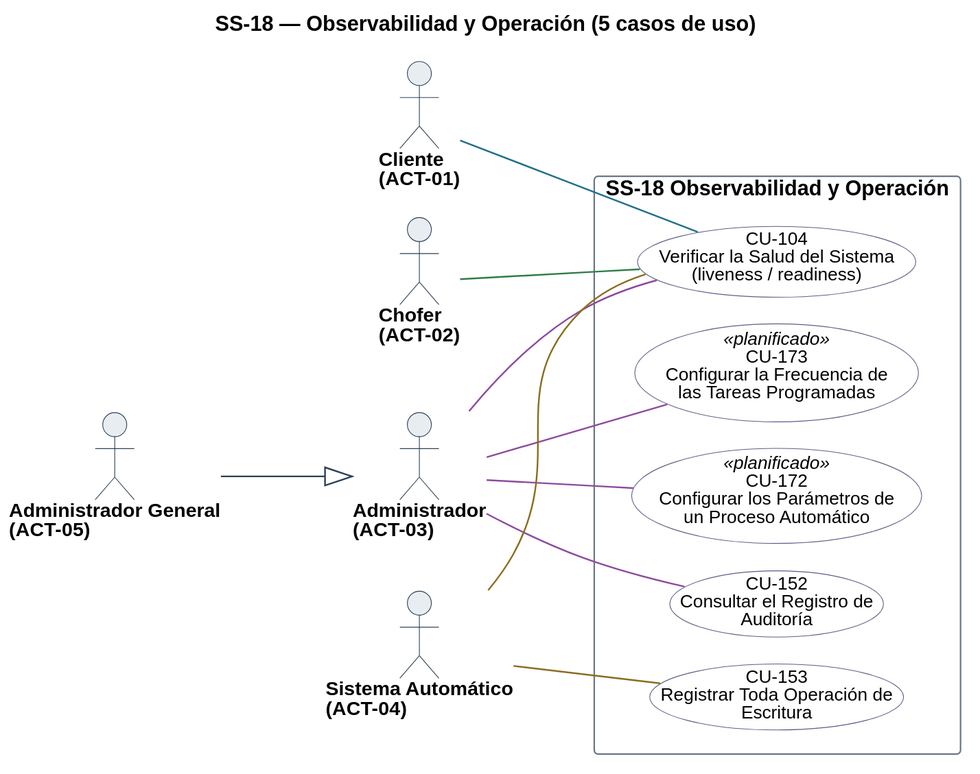
This is diagramas/uml/CU_SS-18_Observabilidad-Y-Operacion.svg from Nahuelito-Dev/splg-docs, a PlantUML export, as it was before one commit.
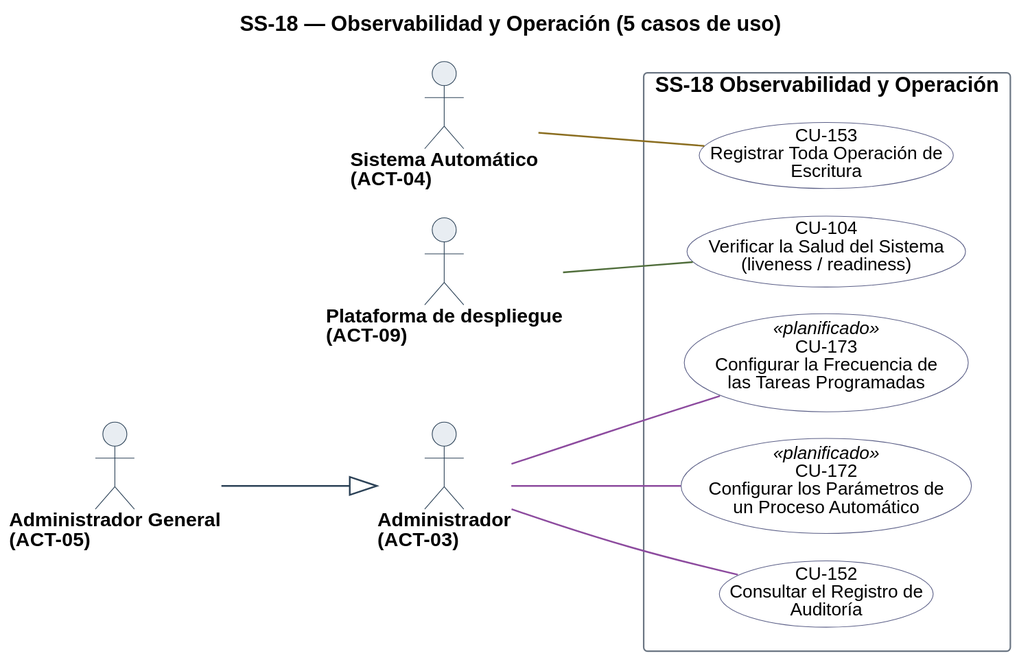
After the commit.

Diff of the diagram source:
```diff
@@ -34,11 +34,10 @@
   BackgroundColor<<factorizado>> #F2F4F6
 }
 
-actor "Cliente\n(ACT-01)" as A01
-actor "Chofer\n(ACT-02)" as A02
 actor "Administrador\n(ACT-03)" as A03
 actor "Sistema Automático\n(ACT-04)" as A04
 actor "Administrador General\n(ACT-05)" as A05
+actor "Plataforma de despliegue\n(ACT-09)" as A09
 
 rectangle "SS-18 Observabilidad y Operación" {
   usecase "CU-104\nVerificar la Salud del Sistema\n(liveness / readiness)" as U104 #back:FFFFFF;line:5B5F87
@@ -48,13 +47,10 @@
   usecase "CU-173\nConfigurar la Frecuencia de\nlas Tareas Programadas" as U173 <<planificado>> #back:FFFFFF;line:5B5F87
 }
 
-A01 -[#1F6F8B]- U104
-A02 -[#2E7D46]- U104
-A03 -[#8C4A9E]- U104
 A03 -[#8C4A9E]- U152
 A03 -[#8C4A9E]- U172
 A03 -[#8C4A9E]- U173
-A04 -[#8A6D1F]- U104
 A04 -[#8A6D1F]- U153
+A09 -[#4F6D3A]- U104
 A05 --|> A03
 @enduml
```
